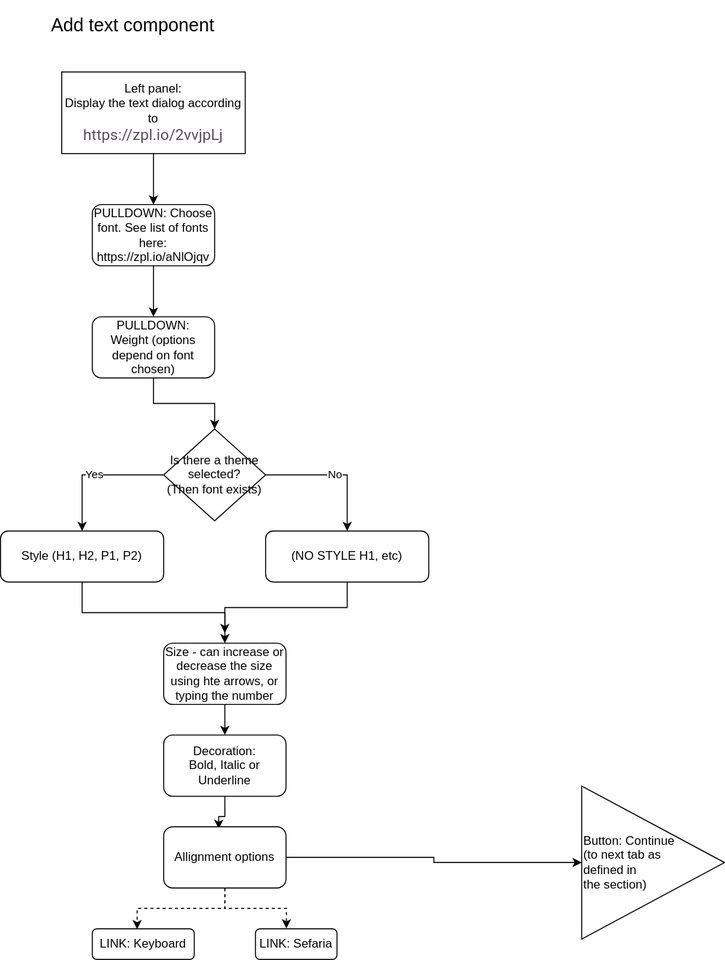
Earlier version of the draw.io export modules/components/add-text.drawio.svg (ji-devs/ji-cloud-flowcharts). Source tidied: cells renumbered, new cells last; positions are measured from the earlier drawing's top-left corner, leaving out a move shared by most shapes.
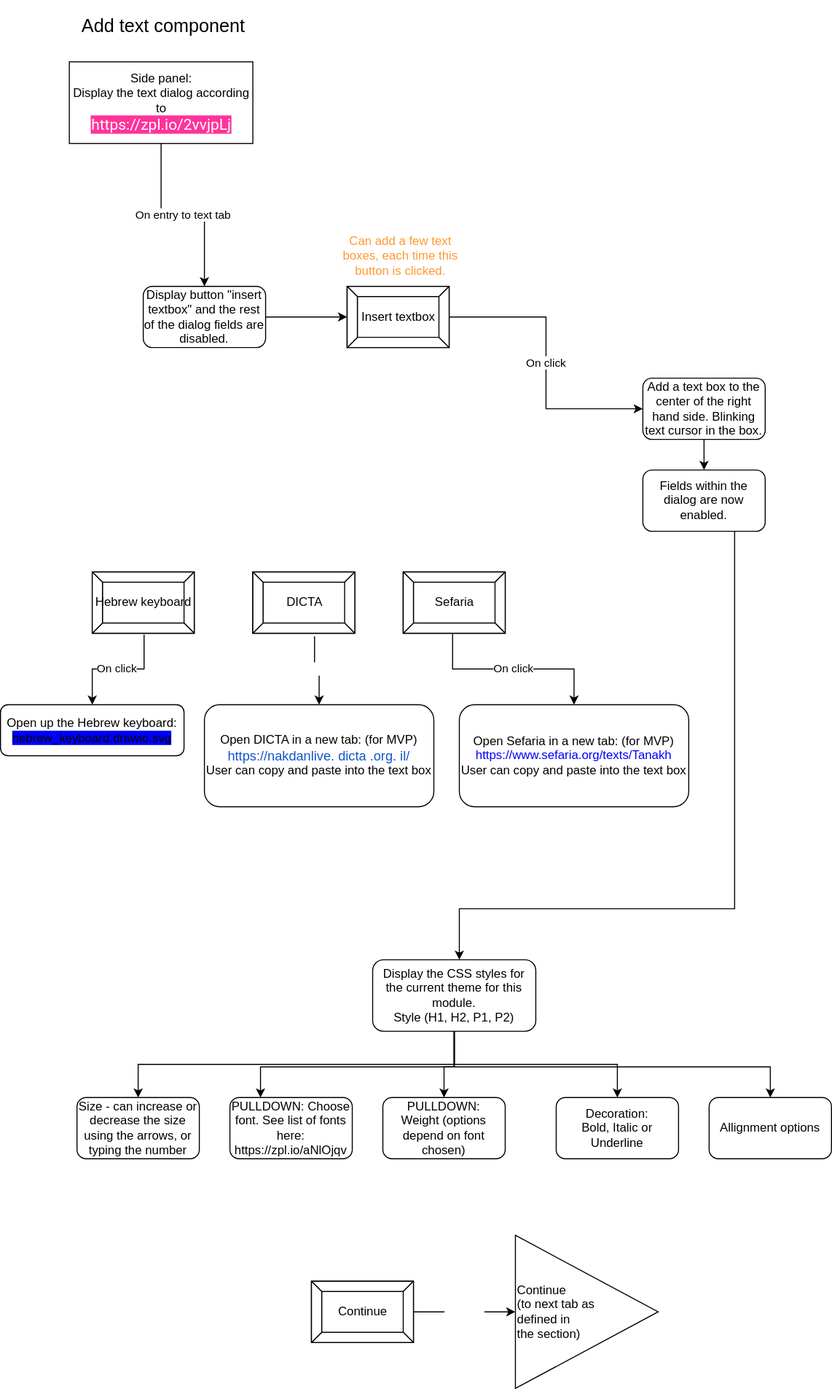
After the change.

Commit message:
amended the flow to have a text button inserting a text box

Diff of the diagram source:
```diff
@@ -3,81 +3,130 @@
     <mxCell id="0" />
     <mxCell id="1" parent="0" />
     <mxCell id="2" value="&lt;font style=&quot;font-size: 18px&quot;&gt;Add text component&lt;/font&gt;" style="text;html=1;strokeColor=none;fillColor=none;align=center;verticalAlign=middle;whiteSpace=wrap;rounded=0;" parent="1" vertex="1">
-      <mxGeometry width="260" height="50" as="geometry" />
+      <mxGeometry x="30" y="-290" width="260" height="50" as="geometry" />
     </mxCell>
-    <mxCell id="3" style="edgeStyle=orthogonalEdgeStyle;rounded=0;jettySize=auto;html=1;" parent="1" edge="1" source="4" target="17">
-      <mxGeometry relative="1" as="geometry" />
-    </mxCell>
+    <mxCell id="27" value="On entry to text tab" style="edgeStyle=orthogonalEdgeStyle;rounded=0;jettySize=auto;html=1;" parent="1" edge="1" source="4" target="34">
+      <mxGeometry relative="1" as="geometry" />
+    </mxCell>
-    <mxCell id="4" value="Left panel:&lt;br&gt;Display the text dialog according to&amp;nbsp;&lt;br&gt;&lt;font color=&quot;#554d56&quot; face=&quot;roboto, helvetica, sans-serif&quot;&gt;&lt;span style=&quot;font-size: 15px&quot;&gt;https://zpl.io/2vvjpLj&lt;/span&gt;&lt;/font&gt;" style="rounded=0;whiteSpace=wrap;html=1;" parent="1" vertex="1">
-      <mxGeometry x="60" y="70" width="180" height="80" as="geometry" />
+    <mxCell id="4" value="Side panel:&lt;br&gt;Display the text dialog according to&amp;nbsp;&lt;br&gt;&lt;font face=&quot;roboto, helvetica, sans-serif&quot; color=&quot;#ffffff&quot;&gt;&lt;span style=&quot;font-size: 15px ; background-color: rgb(255 , 51 , 153)&quot;&gt;https://zpl.io/2vvjpLj&lt;/span&gt;&lt;/font&gt;" style="rounded=0;whiteSpace=wrap;html=1;" parent="1" vertex="1">
+      <mxGeometry x="67.5" y="-230" width="180" height="80" as="geometry" />
     </mxCell>
-    <mxCell id="5" value="Button: Continue&lt;br&gt;&amp;nbsp;(to next tab as &lt;br&gt;defined in &lt;br&gt;the section)" style="triangle;whiteSpace=wrap;html=1;align=left;" parent="1" vertex="1">
-      <mxGeometry x="570" y="770" width="140" height="150" as="geometry" />
+    <mxCell id="5" value="Continue&lt;br&gt;&amp;nbsp;(to next tab as &lt;br&gt;defined in &lt;br&gt;the section)" style="triangle;whiteSpace=wrap;html=1;align=left;" parent="1" vertex="1">
+      <mxGeometry x="505" y="920" width="140" height="150" as="geometry" />
     </mxCell>
-    <mxCell id="6" style="edgeStyle=orthogonalEdgeStyle;rounded=0;jettySize=auto;html=1;entryX=0;entryY=0.5;entryDx=0;entryDy=0;exitX=1;exitY=0.5;exitDx=0;exitDy=0;" parent="1" edge="1" source="26" target="5">
-      <mxGeometry relative="1" as="geometry" />
-    </mxCell>
     <mxCell id="7" style="edgeStyle=orthogonalEdgeStyle;rounded=0;jettySize=auto;html=1;exitX=0.5;exitY=1;exitDx=0;exitDy=0;entryX=0.5;entryY=0;entryDx=0;entryDy=0;" parent="1" edge="1" source="8" target="21">
       <mxGeometry relative="1" as="geometry" />
     </mxCell>
+    <mxCell id="28" style="edgeStyle=orthogonalEdgeStyle;rounded=0;jettySize=auto;html=1;exitX=0.5;exitY=1;exitDx=0;exitDy=0;entryX=0.25;entryY=0;entryDx=0;entryDy=0;fontColor=#0000FF;" parent="1" edge="1" source="8" target="17">
+      <mxGeometry relative="1" as="geometry">
+        <Array as="points">
+          <mxPoint x="445" y="755" />
+          <mxPoint x="255" y="755" />
+        </Array>
+      </mxGeometry>
+    </mxCell>
+    <mxCell id="29" style="edgeStyle=orthogonalEdgeStyle;rounded=0;jettySize=auto;html=1;exitX=0.5;exitY=1;exitDx=0;exitDy=0;fontColor=#0000FF;" parent="1" edge="1" source="8" target="19">
+      <mxGeometry relative="1" as="geometry">
+        <Array as="points">
+          <mxPoint x="445" y="755" />
+          <mxPoint x="435" y="755" />
+        </Array>
+      </mxGeometry>
+    </mxCell>
+    <mxCell id="30" style="edgeStyle=orthogonalEdgeStyle;rounded=0;jettySize=auto;html=1;entryX=0.5;entryY=0;entryDx=0;entryDy=0;fontColor=#0000FF;" parent="1" edge="1" source="8" target="26">
+      <mxGeometry relative="1" as="geometry">
+        <Array as="points">
+          <mxPoint x="445" y="755" />
+          <mxPoint x="755" y="755" />
+        </Array>
+      </mxGeometry>
+    </mxCell>
-    <mxCell id="8" value="Style (H1, H2, P1, P2)&lt;br&gt;" style="rounded=1;whiteSpace=wrap;html=1;" parent="1" vertex="1">
-      <mxGeometry y="520" width="160" height="50" as="geometry" />
+    <mxCell id="8" value="Display the CSS styles for the current theme for this module.&lt;br&gt;Style (H1, H2, P1, P2)" style="rounded=1;whiteSpace=wrap;html=1;" parent="1" vertex="1">
+      <mxGeometry x="365" y="650" width="160" height="70" as="geometry" />
     </mxCell>
-    <mxCell id="9" value="LINK: Sefaria" style="rounded=1;whiteSpace=wrap;html=1;" parent="1" vertex="1">
-      <mxGeometry x="250" y="910" width="80" height="30" as="geometry" />
-    </mxCell>
-    <mxCell id="10" value="LINK: Keyboard" style="rounded=1;whiteSpace=wrap;html=1;" parent="1" vertex="1">
-      <mxGeometry x="90" y="910" width="100" height="30" as="geometry" />
-    </mxCell>
-    <mxCell id="11" value="Yes" style="edgeStyle=orthogonalEdgeStyle;rounded=0;jettySize=auto;html=1;entryX=0.5;entryY=0;entryDx=0;entryDy=0;exitX=0;exitY=0.5;exitDx=0;exitDy=0;" parent="1" edge="1" source="13" target="8">
-      <mxGeometry relative="1" as="geometry" />
-    </mxCell>
-    <mxCell id="12" value="No" style="edgeStyle=orthogonalEdgeStyle;rounded=0;jettySize=auto;html=1;entryX=0.5;entryY=0;entryDx=0;entryDy=0;exitX=1;exitY=0.5;exitDx=0;exitDy=0;" parent="1" edge="1" source="13" target="15">
-      <mxGeometry relative="1" as="geometry" />
-    </mxCell>
-    <mxCell id="13" value="Is there a theme selected?&lt;br&gt;(Then font exists)" style="rhombus;whiteSpace=wrap;html=1;" parent="1" vertex="1">
-      <mxGeometry x="160" y="420" width="100" height="90" as="geometry" />
-    </mxCell>
-    <mxCell id="14" style="edgeStyle=orthogonalEdgeStyle;rounded=0;jettySize=auto;html=1;exitX=0.5;exitY=1;exitDx=0;exitDy=0;" parent="1" edge="1" source="15">
-      <mxGeometry relative="1" as="geometry">
-        <mxPoint x="220" y="620" as="targetPoint" />
-      </mxGeometry>
-    </mxCell>
-    <mxCell id="15" value="(NO STYLE H1, etc)&lt;br&gt;" style="rounded=1;whiteSpace=wrap;html=1;" parent="1" vertex="1">
-      <mxGeometry x="260" y="520" width="160" height="50" as="geometry" />
-    </mxCell>
-    <mxCell id="16" style="edgeStyle=orthogonalEdgeStyle;rounded=0;jettySize=auto;html=1;entryX=0.5;entryY=0;entryDx=0;entryDy=0;" parent="1" edge="1" source="17" target="19">
-      <mxGeometry relative="1" as="geometry" />
-    </mxCell>
-    <mxCell id="17" value="PULLDOWN: Choose font. See list of fonts here:&lt;br&gt;&amp;nbsp;https://zpl.io/aNlOjqv" style="rounded=1;whiteSpace=wrap;html=1;" parent="1" vertex="1">
-      <mxGeometry x="90" y="200" width="120" height="60" as="geometry" />
-    </mxCell>
-    <mxCell id="18" style="edgeStyle=orthogonalEdgeStyle;rounded=0;jettySize=auto;html=1;entryX=0.5;entryY=0;entryDx=0;entryDy=0;" parent="1" edge="1" source="19" target="13">
-      <mxGeometry relative="1" as="geometry" />
-    </mxCell>
+    <mxCell id="31" value="On click" style="edgeStyle=orthogonalEdgeStyle;rounded=0;jettySize=auto;html=1;entryX=0.5;entryY=0;entryDx=0;entryDy=0;exitX=0.484;exitY=1.01;exitDx=0;exitDy=0;exitPerimeter=0;" parent="1" edge="1" source="48" target="43">
+      <mxGeometry relative="1" as="geometry" />
+    </mxCell>
+    <mxCell id="32" value="On click" style="edgeStyle=orthogonalEdgeStyle;rounded=0;jettySize=auto;html=1;entryX=0.5;entryY=0;entryDx=0;entryDy=0;exitX=0.508;exitY=1.023;exitDx=0;exitDy=0;exitPerimeter=0;" parent="1" edge="1" source="47" target="42">
+      <mxGeometry relative="1" as="geometry" />
+    </mxCell>
     <mxCell id="19" value="PULLDOWN:&lt;br&gt;Weight (options depend on font chosen)" style="rounded=1;whiteSpace=wrap;html=1;" parent="1" vertex="1">
-      <mxGeometry x="90" y="310" width="120" height="60" as="geometry" />
+      <mxGeometry x="375" y="785" width="120" height="60" as="geometry" />
     </mxCell>
-    <mxCell id="20" style="edgeStyle=orthogonalEdgeStyle;rounded=0;jettySize=auto;html=1;exitX=0.5;exitY=1;exitDx=0;exitDy=0;entryX=0.5;entryY=0;entryDx=0;entryDy=0;" parent="1" edge="1" source="21" target="23">
+    <mxCell id="20" style="edgeStyle=orthogonalEdgeStyle;rounded=0;jettySize=auto;html=1;exitX=0.5;exitY=1;exitDx=0;exitDy=0;entryX=0.5;entryY=0;entryDx=0;entryDy=0;" parent="1" edge="1" source="8" target="23">
       <mxGeometry relative="1" as="geometry" />
     </mxCell>
-    <mxCell id="21" value="Size - can increase or decrease the size using hte arrows, or typing the number" style="rounded=1;whiteSpace=wrap;html=1;" parent="1" vertex="1">
-      <mxGeometry x="160" y="630" width="120" height="60" as="geometry" />
+    <mxCell id="21" value="Size - can increase or decrease the size using the arrows, or typing the number" style="rounded=1;whiteSpace=wrap;html=1;" parent="1" vertex="1">
+      <mxGeometry x="75" y="785" width="120" height="60" as="geometry" />
     </mxCell>
-    <mxCell id="22" style="edgeStyle=orthogonalEdgeStyle;rounded=0;jettySize=auto;html=1;entryX=0.45;entryY=0.033;entryDx=0;entryDy=0;entryPerimeter=0;" parent="1" edge="1" source="23" target="26">
-      <mxGeometry relative="1" as="geometry" />
-    </mxCell>
     <mxCell id="23" value="Decoration:&lt;br&gt;Bold, Italic or Underline" style="rounded=1;whiteSpace=wrap;html=1;" parent="1" vertex="1">
-      <mxGeometry x="160" y="720" width="120" height="60" as="geometry" />
+      <mxGeometry x="545" y="785" width="120" height="60" as="geometry" />
     </mxCell>
-    <mxCell id="24" style="edgeStyle=orthogonalEdgeStyle;rounded=0;jettySize=auto;html=1;entryX=0.44;entryY=0.013;entryDx=0;entryDy=0;entryPerimeter=0;dashed=1;" parent="1" edge="1" source="26" target="10">
-      <mxGeometry relative="1" as="geometry" />
-    </mxCell>
-    <mxCell id="25" style="edgeStyle=orthogonalEdgeStyle;rounded=0;jettySize=auto;html=1;entryX=0.38;entryY=-0.013;entryDx=0;entryDy=0;entryPerimeter=0;dashed=1;" parent="1" edge="1" source="26" target="9">
-      <mxGeometry relative="1" as="geometry" />
-    </mxCell>
     <mxCell id="26" value="Allignment options" style="rounded=1;whiteSpace=wrap;html=1;" parent="1" vertex="1">
-      <mxGeometry x="160" y="810" width="120" height="60" as="geometry" />
+      <mxGeometry x="695" y="785" width="120" height="60" as="geometry" />
     </mxCell>
+    <mxCell id="33" style="edgeStyle=orthogonalEdgeStyle;rounded=0;jettySize=auto;html=1;exitX=1;exitY=0.5;exitDx=0;exitDy=0;entryX=0;entryY=0.5;entryDx=0;entryDy=0;entryPerimeter=0;" parent="1" edge="1" source="34" target="36">
+      <mxGeometry relative="1" as="geometry" />
+    </mxCell>
+    <mxCell id="34" value="Display button &quot;insert textbox&quot; and the rest of the dialog fields are disabled." style="rounded=1;whiteSpace=wrap;html=1;" parent="1" vertex="1">
+      <mxGeometry x="140" y="-10" width="120" height="60" as="geometry" />
+    </mxCell>
+    <mxCell id="35" value="On click" style="edgeStyle=orthogonalEdgeStyle;rounded=0;jettySize=auto;html=1;entryX=0;entryY=0.5;entryDx=0;entryDy=0;" parent="1" edge="1" source="36" target="38">
+      <mxGeometry relative="1" as="geometry" />
+    </mxCell>
+    <mxCell id="36" value="Insert textbox" style="labelPosition=center;verticalLabelPosition=middle;align=center;html=1;shape=mxgraph.basic.button;dx=10;" parent="1" vertex="1">
+      <mxGeometry x="340" y="-10" width="100" height="60" as="geometry" />
+    </mxCell>
+    <mxCell id="37" style="edgeStyle=orthogonalEdgeStyle;rounded=0;jettySize=auto;html=1;exitX=0.5;exitY=1;exitDx=0;exitDy=0;" parent="1" edge="1" source="38" target="40">
+      <mxGeometry relative="1" as="geometry" />
+    </mxCell>
+    <mxCell id="38" value="Add a text box to the center of the right hand side. Blinking text cursor in the box." style="rounded=1;whiteSpace=wrap;html=1;" parent="1" vertex="1">
+      <mxGeometry x="630" y="80" width="120" height="60" as="geometry" />
+    </mxCell>
+    <mxCell id="39" style="edgeStyle=orthogonalEdgeStyle;rounded=0;jettySize=auto;html=1;" parent="1" edge="1" source="40">
+      <mxGeometry relative="1" as="geometry">
+        <mxPoint x="450" y="650" as="targetPoint" />
+        <Array as="points">
+          <mxPoint x="720" y="600" />
+          <mxPoint x="450" y="600" />
+        </Array>
+      </mxGeometry>
+    </mxCell>
+    <mxCell id="40" value="Fields within the dialog are now enabled." style="rounded=1;whiteSpace=wrap;html=1;" parent="1" vertex="1">
+      <mxGeometry x="630" y="170" width="120" height="60" as="geometry" />
+    </mxCell>
+    <mxCell id="41" value="&lt;font color=&quot;#ffffff&quot;&gt;On click&lt;/font&gt;" style="edgeStyle=orthogonalEdgeStyle;rounded=0;jettySize=auto;html=1;entryX=0.5;entryY=0;entryDx=0;entryDy=0;fontColor=#0000FF;exitX=0.605;exitY=1.05;exitDx=0;exitDy=0;exitPerimeter=0;" parent="1" edge="1" source="49" target="44">
+      <mxGeometry relative="1" as="geometry" />
+    </mxCell>
+    <mxCell id="42" value="Open up the Hebrew keyboard:&lt;br&gt;&lt;span style=&quot;background-color: rgb(0 , 0 , 255)&quot;&gt;hebrew_keyboard.drawio.svg&lt;/span&gt;&lt;br&gt;" style="rounded=1;whiteSpace=wrap;html=1;" parent="1" vertex="1">
+      <mxGeometry y="400" width="180" height="50" as="geometry" />
+    </mxCell>
+    <mxCell id="43" value="Open Sefaria in a new tab: (for MVP)&lt;br&gt;&lt;font color=&quot;#0000ff&quot;&gt;https://www.sefaria.org/texts/Tanakh&lt;/font&gt;&lt;br&gt;User can copy and paste into the text box" style="rounded=1;whiteSpace=wrap;html=1;" parent="1" vertex="1">
+      <mxGeometry x="450" y="400" width="225" height="100" as="geometry" />
+    </mxCell>
+    <mxCell id="44" value="Open DICTA in a new tab: (for MVP)&lt;br&gt;&lt;a href=&quot;https://nakdanlive.dicta.org.il/&quot; target=&quot;_blank&quot; style=&quot;color: rgb(17 , 85 , 204) ; font-family: &amp;#34;arial&amp;#34; , &amp;#34;helvetica&amp;#34; , sans-serif ; font-size: small&quot;&gt;https://nakdanlive.&lt;span class=&quot;il&quot;&gt;dicta&lt;/span&gt;.org.&lt;wbr&gt;il/&lt;/a&gt;&lt;br&gt;User can copy and paste into the text box" style="rounded=1;whiteSpace=wrap;html=1;" parent="1" vertex="1">
+      <mxGeometry x="200" y="400" width="225" height="100" as="geometry" />
+    </mxCell>
+    <mxCell id="17" value="PULLDOWN: Choose font. See list of fonts here:&lt;br&gt;&amp;nbsp;https://zpl.io/aNlOjqv" style="rounded=1;whiteSpace=wrap;html=1;" parent="1" vertex="1">
+      <mxGeometry x="225" y="785" width="120" height="60" as="geometry" />
+    </mxCell>
+    <mxCell id="45" value="&lt;font color=&quot;#ffffff&quot;&gt;On click&lt;/font&gt;" style="edgeStyle=orthogonalEdgeStyle;rounded=0;jettySize=auto;html=1;fontColor=#0000FF;" parent="1" edge="1" source="46" target="5">
+      <mxGeometry relative="1" as="geometry" />
+    </mxCell>
+    <mxCell id="46" value="Continue" style="labelPosition=center;verticalLabelPosition=middle;align=center;html=1;shape=mxgraph.basic.button;dx=10;" parent="1" vertex="1">
+      <mxGeometry x="305" y="965" width="100" height="60" as="geometry" />
+    </mxCell>
+    <mxCell id="47" value="Hebrew keyboard" style="labelPosition=center;verticalLabelPosition=middle;align=center;html=1;shape=mxgraph.basic.button;dx=10;" parent="1" vertex="1">
+      <mxGeometry x="90" y="270" width="100" height="60" as="geometry" />
+    </mxCell>
+    <mxCell id="48" value="Sefaria" style="labelPosition=center;verticalLabelPosition=middle;align=center;html=1;shape=mxgraph.basic.button;dx=10;" parent="1" vertex="1">
+      <mxGeometry x="395" y="270" width="100" height="60" as="geometry" />
+    </mxCell>
+    <mxCell id="49" value="DICTA" style="labelPosition=center;verticalLabelPosition=middle;align=center;html=1;shape=mxgraph.basic.button;dx=10;" parent="1" vertex="1">
+      <mxGeometry x="247.5" y="270" width="100" height="60" as="geometry" />
+    </mxCell>
+    <mxCell id="50" value="Can add a few text boxes, each time this button is clicked." style="text;html=1;strokeColor=none;fillColor=none;align=center;verticalAlign=middle;whiteSpace=wrap;rounded=0;fontColor=#FF9933;" parent="1" vertex="1">
+      <mxGeometry x="335" y="-50" width="115" height="20" as="geometry" />
+    </mxCell>
   </root>
 </mxGraphModel>
```
